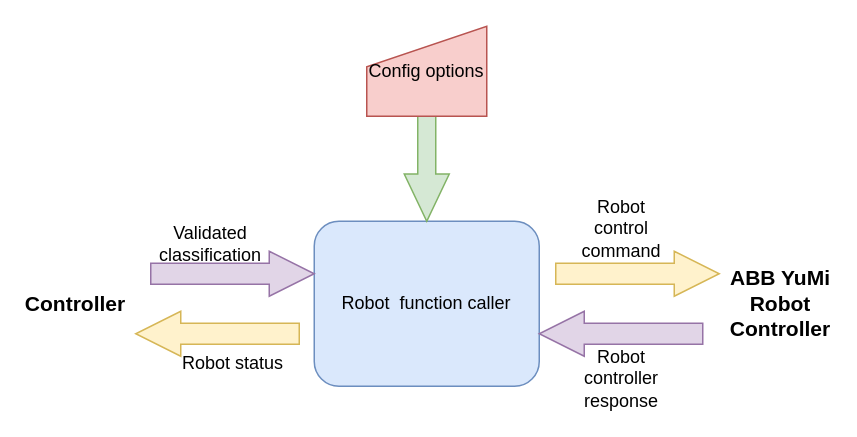
Before: robot.drawio in GreatSharky/CoHSCI, a draw.io diagram. Source tidied: cells renumbered, new cells numbered last; positions are measured from the earlier drawing's top-left corner, leaving out a move shared by most shapes. Both pictures are drawn from the tidied source at 150%, with x=0, y=0 at pixel (30, 26).
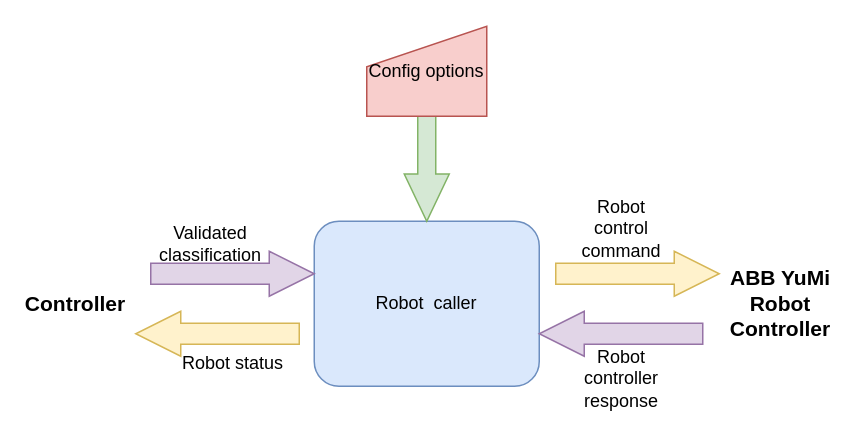
The same page after the edit.

Diff of the diagram source:
```diff
@@
 <mxGraphModel>
   <root>
     <mxCell id="0" />
     <mxCell id="1" parent="0" />
-    <mxCell id="2" value="Robot&amp;nbsp; function caller" style="rounded=1;whiteSpace=wrap;html=1;fillColor=#dae8fc;strokeColor=#6c8ebf;" parent="1" vertex="1">
+    <mxCell id="2" value="Robot&amp;nbsp; caller" style="rounded=1;whiteSpace=wrap;html=1;fillColor=#dae8fc;strokeColor=#6c8ebf;" parent="1" vertex="1">
       <mxGeometry x="189" y="130" width="150" height="110" as="geometry" />
     </mxCell>
     <mxCell id="3" value="Controller" style="text;html=1;whiteSpace=wrap;strokeColor=none;fillColor=none;align=center;verticalAlign=middle;rounded=0;fontSize=14;fontStyle=1;" parent="1" vertex="1">
       <mxGeometry y="170" width="60" height="30" as="geometry" />
     </mxCell>
     <mxCell id="4" value="Validated classification" style="text;html=1;whiteSpace=wrap;strokeColor=none;fillColor=none;align=center;verticalAlign=middle;rounded=0;" parent="1" vertex="1">
       <mxGeometry x="90" y="130" width="60" height="30" as="geometry" />
     </mxCell>
     <mxCell id="5" style="shape=singleArrow;whiteSpace=wrap;html=1;arrowWidth=0.4;arrowSize=0.35;rotation=90;fillColor=#d5e8d4;strokeColor=#82b366;" parent="1" vertex="1">
       <mxGeometry x="219" y="70" width="90" height="30" as="geometry" />
     </mxCell>
     <mxCell id="6" value="Robot control command" style="text;html=1;whiteSpace=wrap;strokeColor=none;fillColor=none;align=center;verticalAlign=middle;rounded=0;" parent="1" vertex="1">
       <mxGeometry x="363.5" y="120" width="60" height="30" as="geometry" />
     </mxCell>
     <mxCell id="7" value="Config&amp;nbsp;&lt;span style=&quot;background-color: transparent; color: light-dark(rgb(0, 0, 0), rgb(255, 255, 255));&quot;&gt;options&lt;/span&gt;" style="shape=manualInput;whiteSpace=wrap;html=1;size=27;fillColor=#f8cecc;strokeColor=#b85450;" parent="1" vertex="1">
       <mxGeometry x="224" width="80" height="60" as="geometry" />
     </mxCell>
     <mxCell id="8" style="shape=singleArrow;whiteSpace=wrap;html=1;arrowWidth=0.4666666666666667;arrowSize=0.27522935779816515;fillColor=#e1d5e7;strokeColor=#9673a6;" parent="1" vertex="1">
       <mxGeometry x="80" y="150" width="109" height="30" as="geometry" />
     </mxCell>
     <mxCell id="9" style="shape=singleArrow;whiteSpace=wrap;html=1;arrowWidth=0.4666666666666667;arrowSize=0.27522935779816515;fillColor=#fff2cc;strokeColor=#d6b656;" parent="1" vertex="1">
       <mxGeometry x="350" y="150" width="109" height="30" as="geometry" />
     </mxCell>
     <mxCell id="10" style="shape=singleArrow;whiteSpace=wrap;html=1;arrowWidth=0.4666666666666667;arrowSize=0.27522935779816515;fillColor=#e1d5e7;strokeColor=#9673a6;rotation=-180;" parent="1" vertex="1">
       <mxGeometry x="339" y="190" width="109" height="30" as="geometry" />
     </mxCell>
     <mxCell id="11" value="Robot status" style="text;html=1;whiteSpace=wrap;strokeColor=none;fillColor=none;align=center;verticalAlign=middle;rounded=0;" parent="1" vertex="1">
       <mxGeometry x="99.5" y="210" width="70" height="30" as="geometry" />
     </mxCell>
     <mxCell id="12" value="ABB YuMi Robot Controller" style="text;html=1;whiteSpace=wrap;strokeColor=none;fillColor=none;align=center;verticalAlign=middle;rounded=0;fontSize=14;fontStyle=1;" parent="1" vertex="1">
       <mxGeometry x="470" y="170" width="60" height="30" as="geometry" />
     </mxCell>
     <mxCell id="13" value="Robot controller response" style="text;html=1;whiteSpace=wrap;strokeColor=none;fillColor=none;align=center;verticalAlign=middle;rounded=0;" parent="1" vertex="1">
       <mxGeometry x="363.5" y="220" width="60" height="30" as="geometry" />
     </mxCell>
     <mxCell id="14" style="shape=singleArrow;whiteSpace=wrap;html=1;arrowWidth=0.4666666666666667;arrowSize=0.27522935779816515;fillColor=#fff2cc;strokeColor=#d6b656;rotation=-180;" parent="1" vertex="1">
       <mxGeometry x="70" y="190" width="109" height="30" as="geometry" />
     </mxCell>
   </root>
 </mxGraphModel>
```
